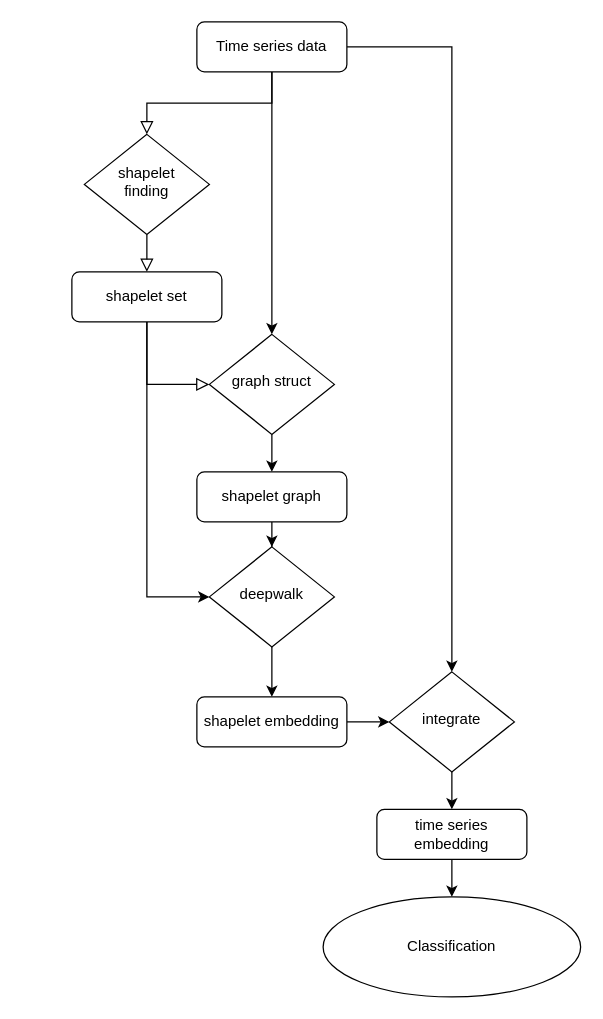
This is flow.drawio from roleecorn/drawio, a draw.io file, before an edit. Source tidied: cells renumbered, new cells numbered last; positions are measured from the earlier drawing's top-left corner, leaving out a move shared by most shapes. Both pictures are drawn from the tidied source at 125%, with x=0, y=0 at pixel (71, 21).
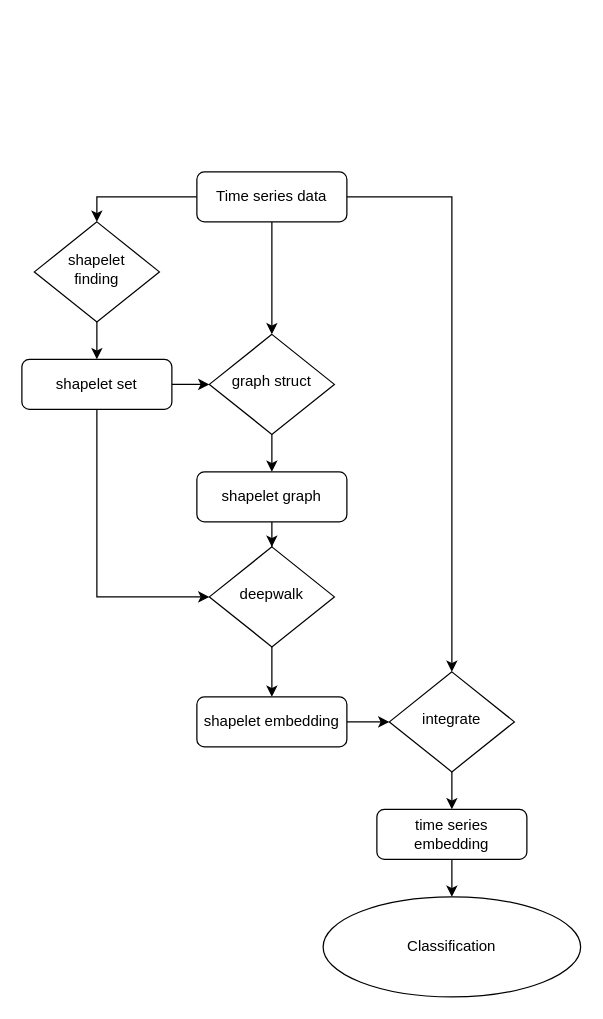
The same diagram, later.

The change refers to these unchanged cells:
```xml
<mxCell id="11" value="graph struct" style="rhombus;whiteSpace=wrap;html=1;shadow=0;fontFamily=Helvetica;fontSize=12;align=center;strokeWidth=1;spacing=6;spacingTop=-4;" parent="1" vertex="1">
  <mxGeometry x="110" y="250" width="100" height="80" as="geometry" />
</mxCell>
<mxCell id="20" value="integrate" style="rhombus;whiteSpace=wrap;html=1;shadow=0;fontFamily=Helvetica;fontSize=12;align=center;strokeWidth=1;spacing=6;spacingTop=-4;" parent="1" vertex="1">
  <mxGeometry x="254" y="520" width="100" height="80" as="geometry" />
</mxCell>
```

The edit, as a diff of the source:
```diff
@@
+    <mxCell id="4" style="edgeStyle=orthogonalEdgeStyle;rounded=0;jettySize=auto;html=1;exitX=1;exitY=0.5;exitDx=0;exitDy=0;entryX=0.5;entryY=0;entryDx=0;entryDy=0;" parent="1" edge="1" source="5" target="20">
+      <mxGeometry relative="1" as="geometry" />
+    </mxCell>
-    <mxCell id="2" style="rounded=0;html=1;jettySize=auto;fontSize=11;endArrow=block;endFill=0;endSize=8;strokeWidth=1;shadow=0;labelBackgroundColor=none;edgeStyle=orthogonalEdgeStyle;" parent="1" edge="1" source="5" target="7">
+    <mxCell id="2" style="edgeStyle=orthogonalEdgeStyle;rounded=0;jettySize=auto;html=1;exitX=0;exitY=0.5;exitDx=0;exitDy=0;entryX=0.5;entryY=0;entryDx=0;entryDy=0;" parent="1" edge="1" source="5" target="7">
       <mxGeometry relative="1" as="geometry" />
     </mxCell>
-    <mxCell id="3" style="edgeStyle=orthogonalEdgeStyle;rounded=0;jettySize=auto;html=1;exitX=0.5;exitY=1;exitDx=0;exitDy=0;entryX=0.5;entryY=0;entryDx=0;entryDy=0;" parent="1" edge="1" source="5" target="11">
+    <mxCell id="3" style="edgeStyle=orthogonalEdgeStyle;rounded=0;jettySize=auto;html=1;exitX=0.5;exitY=1;exitDx=0;exitDy=0;" parent="1" edge="1" source="5" target="11">
       <mxGeometry relative="1" as="geometry" />
     </mxCell>
-    <mxCell id="4" style="edgeStyle=orthogonalEdgeStyle;rounded=0;jettySize=auto;html=1;exitX=1;exitY=0.5;exitDx=0;exitDy=0;entryX=0.5;entryY=0;entryDx=0;entryDy=0;" parent="1" edge="1" source="5" target="20">
-      <mxGeometry relative="1" as="geometry" />
-    </mxCell>
     <mxCell id="5" value="Time series data" style="rounded=1;whiteSpace=wrap;html=1;fontSize=12;glass=0;strokeWidth=1;shadow=0;" parent="1" vertex="1">
-      <mxGeometry x="100" width="120" height="40" as="geometry" />
+      <mxGeometry x="100" y="120" width="120" height="40" as="geometry" />
     </mxCell>
-    <mxCell id="6" style="edgeStyle=orthogonalEdgeStyle;rounded=0;html=1;jettySize=auto;fontSize=11;endArrow=block;endFill=0;endSize=8;strokeWidth=1;shadow=0;labelBackgroundColor=none;" parent="1" edge="1" source="7" target="9">
-      <mxGeometry y="10" relative="1" as="geometry" />
+    <mxCell id="6" style="edgeStyle=orthogonalEdgeStyle;rounded=0;jettySize=auto;html=1;exitX=0.5;exitY=1;exitDx=0;exitDy=0;entryX=0.5;entryY=0;entryDx=0;entryDy=0;" parent="1" edge="1" source="7" target="9">
+      <mxGeometry relative="1" as="geometry" />
     </mxCell>
     <mxCell id="7" value="shapelet &lt;br&gt;finding" style="rhombus;whiteSpace=wrap;html=1;shadow=0;fontFamily=Helvetica;fontSize=12;align=center;strokeWidth=1;spacing=6;spacingTop=-4;" parent="1" vertex="1">
-      <mxGeometry x="10" y="90" width="100" height="80" as="geometry" />
+      <mxGeometry x="-30" y="160" width="100" height="80" as="geometry" />
     </mxCell>
@@
+    <mxCell id="16" style="edgeStyle=orthogonalEdgeStyle;rounded=0;jettySize=auto;html=1;exitX=1;exitY=0.5;exitDx=0;exitDy=0;entryX=0;entryY=0.5;entryDx=0;entryDy=0;" parent="1" edge="1" source="9" target="11">
+      <mxGeometry relative="1" as="geometry" />
+    </mxCell>
     <mxCell id="9" value="shapelet set" style="rounded=1;whiteSpace=wrap;html=1;fontSize=12;glass=0;strokeWidth=1;shadow=0;" parent="1" vertex="1">
-      <mxGeometry y="200" width="120" height="40" as="geometry" />
+      <mxGeometry x="-40" y="270" width="120" height="40" as="geometry" />
     </mxCell>
@@
-    <mxCell id="16" style="rounded=0;html=1;jettySize=auto;fontSize=11;endArrow=block;endFill=0;endSize=8;strokeWidth=1;shadow=0;labelBackgroundColor=none;edgeStyle=orthogonalEdgeStyle;exitX=0.5;exitY=1;exitDx=0;exitDy=0;entryX=0;entryY=0.5;entryDx=0;entryDy=0;" parent="1" edge="1" source="9" target="11">
-      <mxGeometry relative="1" as="geometry">
-        <Array as="points">
-          <mxPoint x="60" y="290" />
-        </Array>
-      </mxGeometry>
-    </mxCell>
```
